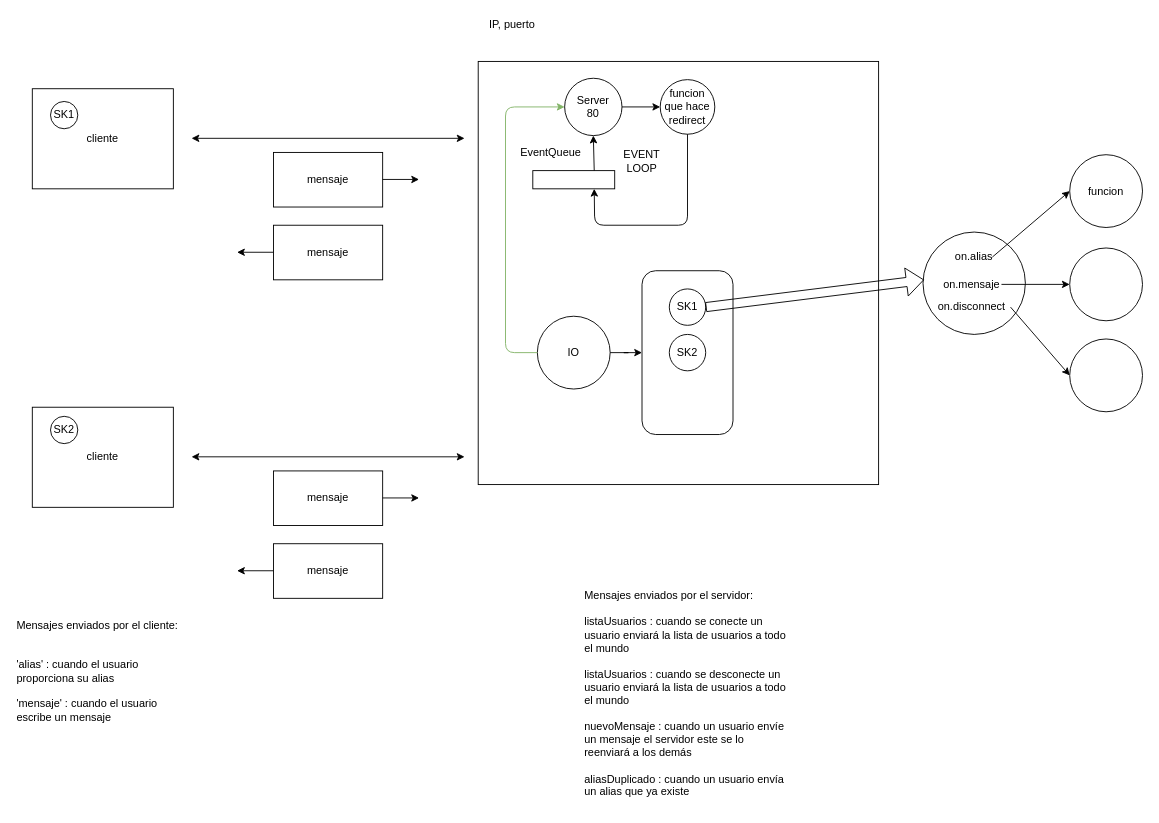
Earlier version of the draw.io diagram page "Página-59" (59 of 60) of diagramas.drawio (almoril00/MEAN). Source tidied: cells renumbered, new cells numbered last; positions are measured from the earlier drawing's top-left corner, leaving out a move shared by most shapes. Both pictures are drawn from the tidied source at 91%, with x=0, y=0 at pixel (15, 15).
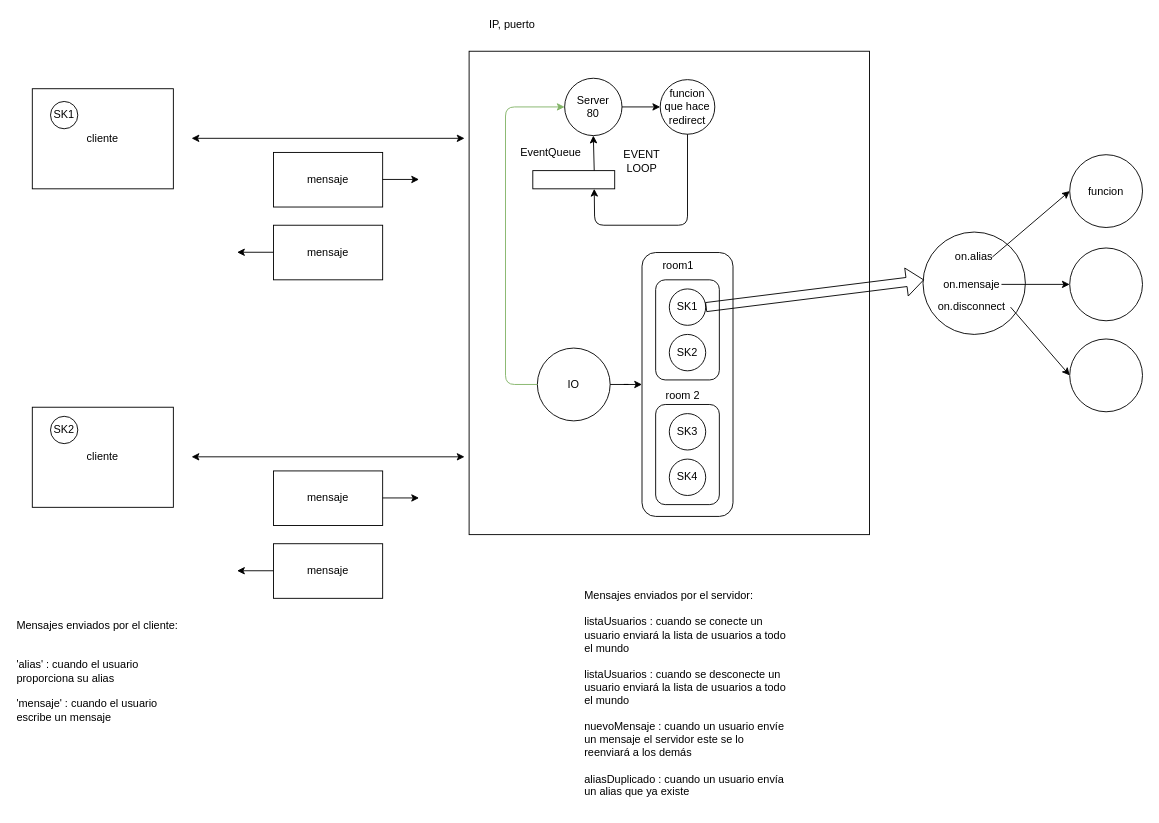
The same page after the edit.

Unchanged cells that the change refers to:
```xml
<mxCell id="12" value="Server&lt;br&gt;80" style="ellipse;whiteSpace=wrap;html=1;fillColor=none;" parent="1" vertex="1">
  <mxGeometry x="604" y="68.5" width="63" height="63" as="geometry" />
</mxCell>
```

Change to the diagram source:
```diff
@@
     <mxCell id="2" style="rounded=0;whiteSpace=wrap;html=1;fillColor=none;" parent="1" vertex="1">
-      <mxGeometry x="509" y="50" width="440" height="465" as="geometry" />
+      <mxGeometry x="499" y="38.8" width="440" height="531.2" as="geometry" />
     </mxCell>
     <mxCell id="3" style="rounded=1;whiteSpace=wrap;html=1;fillColor=none;" parent="1" vertex="1">
-      <mxGeometry x="689" y="280" width="100" height="180" as="geometry" />
+      <mxGeometry x="689" y="260" width="100" height="290" as="geometry" />
     </mxCell>
+    <mxCell id="45" style="rounded=1;whiteSpace=wrap;html=1;fillColor=none;" parent="1" vertex="1">
+      <mxGeometry x="704" y="427" width="70" height="110" as="geometry" />
+    </mxCell>
+    <mxCell id="46" style="rounded=1;whiteSpace=wrap;html=1;fillColor=none;" parent="1" vertex="1">
+      <mxGeometry x="704" y="290" width="70" height="110" as="geometry" />
+    </mxCell>
@@
     <mxCell id="20" value="IO" style="ellipse;whiteSpace=wrap;html=1;fillColor=none;" parent="1" vertex="1">
-      <mxGeometry x="574" y="330" width="80" height="80" as="geometry" />
+      <mxGeometry x="574" y="365" width="80" height="80" as="geometry" />
     </mxCell>
     <mxCell id="21" style="endArrow=classic;html=1;strokeWidth=1;exitX=0;exitY=0.5;exitDx=0;exitDy=0;entryX=0;entryY=0.5;entryDx=0;entryDy=0;fillColor=#d5e8d4;strokeColor=#82b366;" parent="1" edge="1" source="20" target="12">
       <mxGeometry relative="1" as="geometry">
         <Array as="points">
-          <mxPoint x="539" y="370" />
+          <mxPoint x="539" y="405" />
           <mxPoint x="539" y="100" />
         </Array>
       </mxGeometry>
     </mxCell>
@@
+    <mxCell id="47" value="SK3" style="ellipse;whiteSpace=wrap;html=1;fillColor=none;" parent="1" vertex="1">
+      <mxGeometry x="719" y="437" width="40" height="40" as="geometry" />
+    </mxCell>
+    <mxCell id="48" value="SK4" style="ellipse;whiteSpace=wrap;html=1;fillColor=none;" parent="1" vertex="1">
+      <mxGeometry x="719" y="487" width="40" height="40" as="geometry" />
+    </mxCell>
+    <mxCell id="49" value="room1" style="text;html=1;strokeColor=none;fillColor=none;align=center;verticalAlign=middle;whiteSpace=wrap;rounded=0;" parent="1" vertex="1">
+      <mxGeometry x="709" y="265" width="40" height="20" as="geometry" />
+    </mxCell>
+    <mxCell id="50" value="room 2" style="text;html=1;strokeColor=none;fillColor=none;align=center;verticalAlign=middle;whiteSpace=wrap;rounded=0;" parent="1" vertex="1">
+      <mxGeometry x="709" y="407" width="50" height="20" as="geometry" />
+    </mxCell>
```
